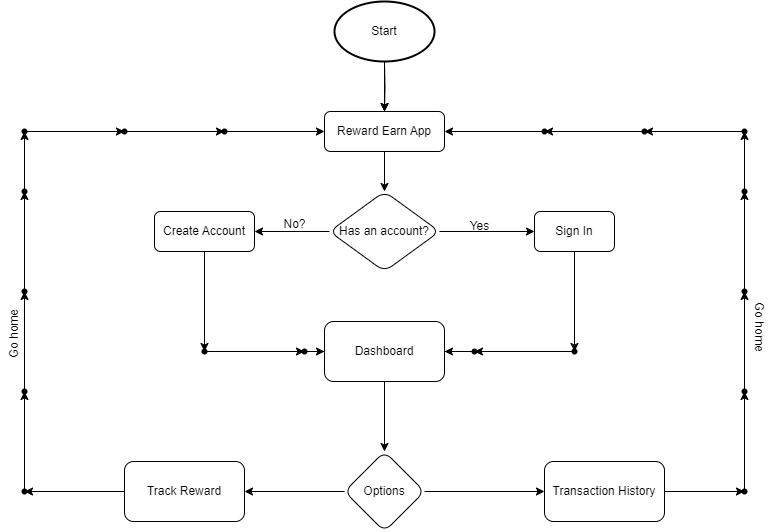
Earlier version of the draw.io export src/RewardEarn/WebData/RewardEarn.drawio.png (Husseincode/Reward_Earn). Source tidied: cells renumbered, new cells last; positions are measured from the earlier drawing's top-left corner, leaving out a move shared by most shapes.
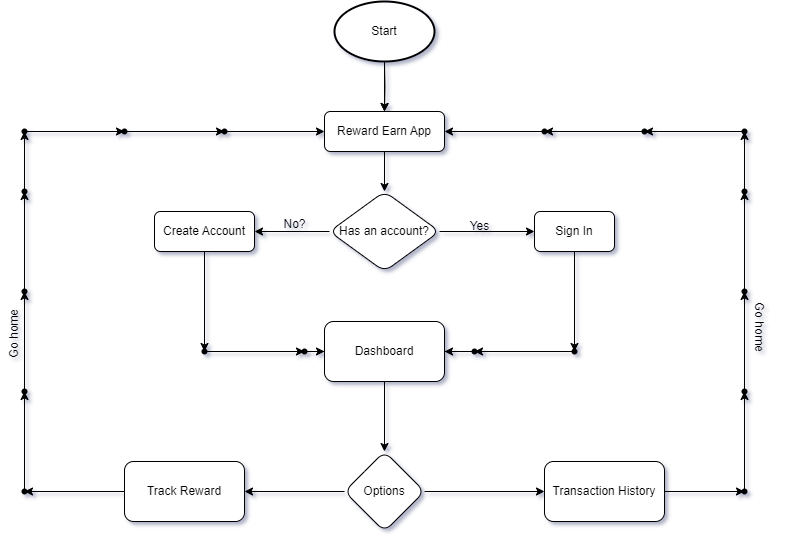
The same file after the commit.

What changed in the source:
```diff
@@ -1,4 +1,4 @@
-<mxGraphModel background="#FFFFFF">
+<mxGraphModel background="#FFFFFF" shadow="1">
   <root>
     <mxCell id="0" />
     <mxCell id="1" parent="0" />
```
